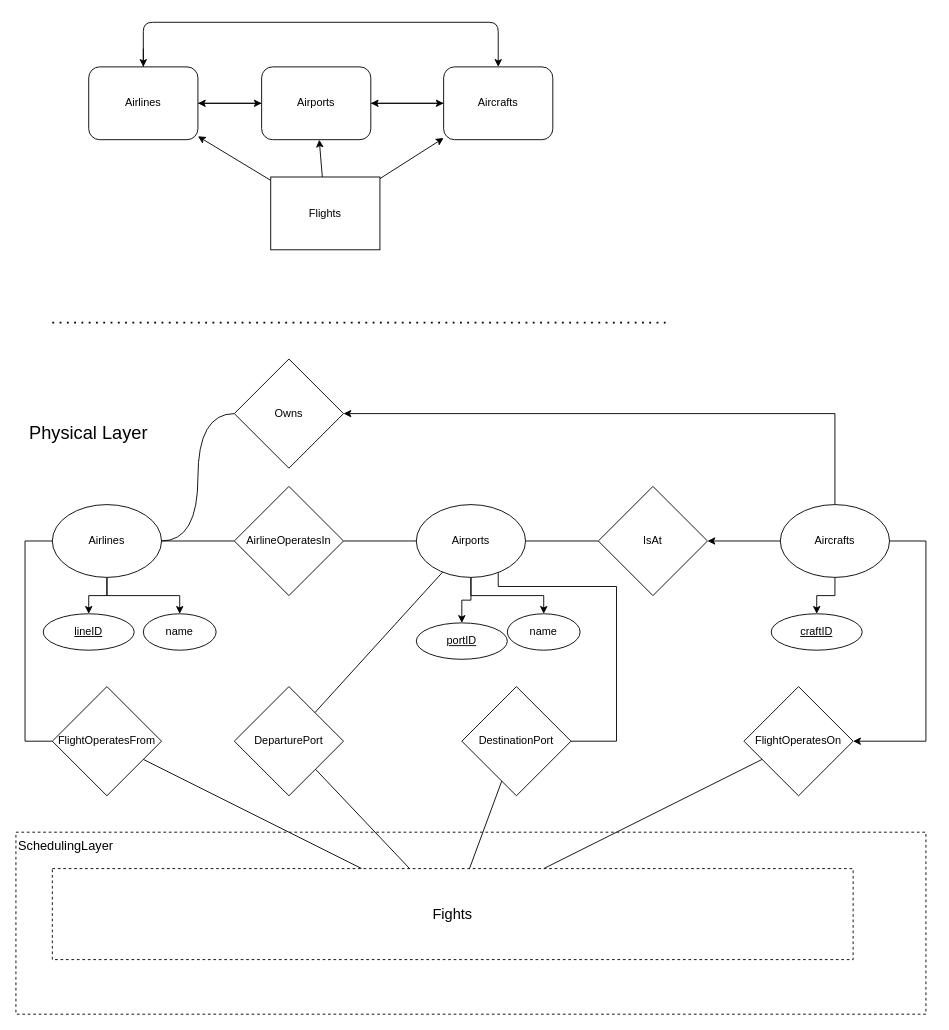
Earlier version of the draw.io diagram page "PhysicalLayer" (3 of 7) of ERDiagram.drawio (kyle4036/DatabaseManagement2026Project1). Source tidied: cells renumbered, new cells numbered last; positions are measured from the earlier drawing's top-left corner, leaving out a move shared by most shapes. Both pictures are drawn from the tidied source at 91%, with x=0, y=0 at pixel (15, 22).
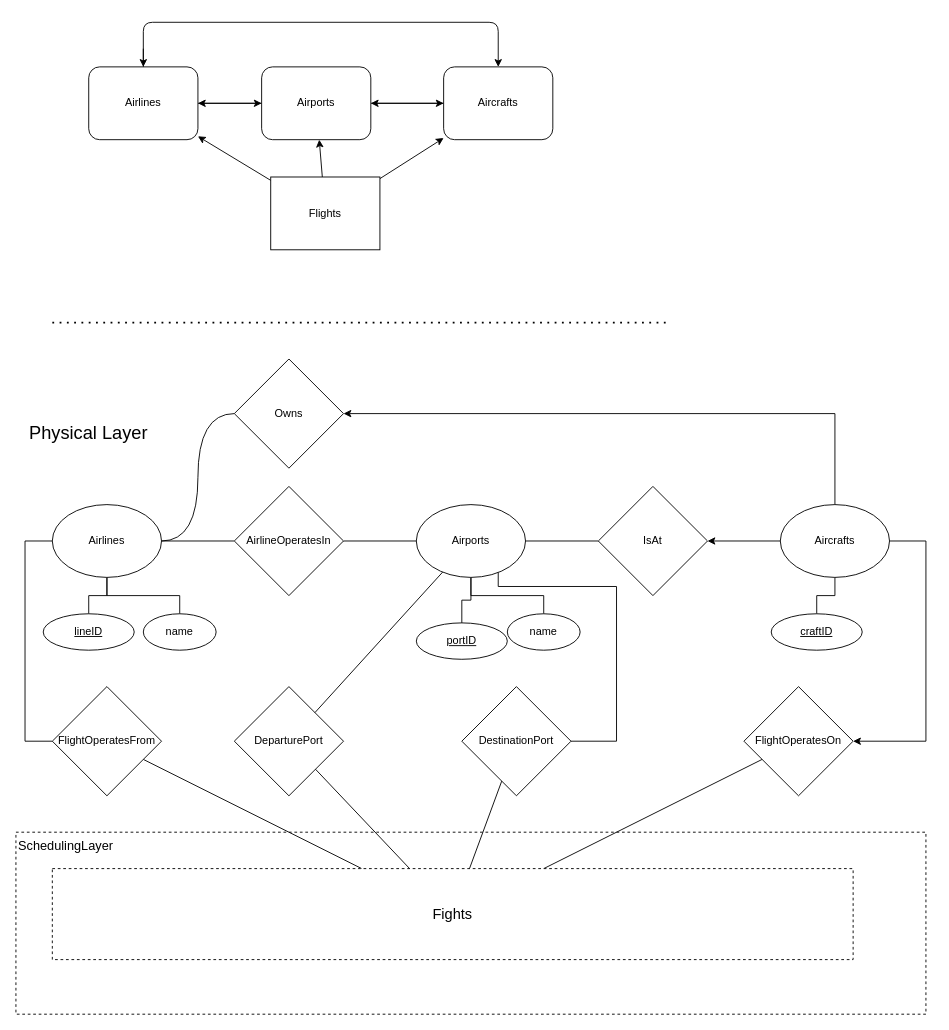
After the change.

Unchanged cells that the change refers to:
```xml
<mxCell id="17" value="Airlines" style="ellipse;whiteSpace=wrap;html=1;" parent="1" vertex="1">
  <mxGeometry x="40" y="530" width="120" height="80" as="geometry" />
</mxCell>
<mxCell id="21" value="Airports" style="ellipse;whiteSpace=wrap;html=1;" parent="1" vertex="1">
  <mxGeometry x="440" y="530" width="120" height="80" as="geometry" />
</mxCell>
<mxCell id="26" value="Aircrafts" style="ellipse;whiteSpace=wrap;html=1;" parent="1" vertex="1">
  <mxGeometry x="840" y="530" width="120" height="80" as="geometry" />
</mxCell>
<mxCell id="28" value="name" style="ellipse;whiteSpace=wrap;html=1;" parent="1" vertex="1">
  <mxGeometry x="140" y="650" width="80" height="40" as="geometry" />
</mxCell>
<mxCell id="29" value="name" style="ellipse;whiteSpace=wrap;html=1;" parent="1" vertex="1">
  <mxGeometry x="540" y="650" width="80" height="40" as="geometry" />
</mxCell>
<mxCell id="51" value="lineID" style="ellipse;whiteSpace=wrap;html=1;align=center;fontStyle=4;" parent="1" vertex="1">
  <mxGeometry x="30" y="650" width="100" height="40" as="geometry" />
</mxCell>
<mxCell id="52" value="portID" style="ellipse;whiteSpace=wrap;html=1;align=center;fontStyle=4;" parent="1" vertex="1">
  <mxGeometry x="440" y="660" width="100" height="40" as="geometry" />
</mxCell>
<mxCell id="53" value="craftID" style="ellipse;whiteSpace=wrap;html=1;align=center;fontStyle=4;" parent="1" vertex="1">
  <mxGeometry x="830" y="650" width="100" height="40" as="geometry" />
</mxCell>
```

Change to the diagram source:
```diff
@@
-    <mxCell id="12" style="edgeStyle=orthogonalEdgeStyle;rounded=0;jettySize=auto;html=1;" parent="1" edge="1" source="17" target="51">
+    <mxCell id="12" style="edgeStyle=orthogonalEdgeStyle;rounded=0;jettySize=auto;html=1;endArrow=none;endFill=0;" parent="1" edge="1" source="17" target="51">
       <mxGeometry relative="1" as="geometry" />
     </mxCell>
-    <mxCell id="13" style="edgeStyle=orthogonalEdgeStyle;rounded=0;jettySize=auto;html=1;" parent="1" edge="1" source="17" target="28">
+    <mxCell id="13" style="edgeStyle=orthogonalEdgeStyle;rounded=0;jettySize=auto;html=1;endArrow=none;endFill=0;" parent="1" edge="1" source="17" target="28">
       <mxGeometry relative="1" as="geometry" />
     </mxCell>
@@
-    <mxCell id="18" style="edgeStyle=orthogonalEdgeStyle;rounded=0;jettySize=auto;html=1;" parent="1" edge="1" source="21" target="52">
+    <mxCell id="18" style="edgeStyle=orthogonalEdgeStyle;rounded=0;jettySize=auto;html=1;endArrow=none;endFill=0;" parent="1" edge="1" source="21" target="52">
       <mxGeometry relative="1" as="geometry" />
     </mxCell>
-    <mxCell id="19" style="edgeStyle=orthogonalEdgeStyle;rounded=0;jettySize=auto;html=1;" parent="1" edge="1" source="21" target="29">
+    <mxCell id="19" style="edgeStyle=orthogonalEdgeStyle;rounded=0;jettySize=auto;html=1;endArrow=none;endFill=0;" parent="1" edge="1" source="21" target="29">
       <mxGeometry relative="1" as="geometry" />
     </mxCell>
@@
-    <mxCell id="22" style="edgeStyle=orthogonalEdgeStyle;rounded=0;jettySize=auto;html=1;" parent="1" edge="1" source="26" target="53">
+    <mxCell id="22" style="edgeStyle=orthogonalEdgeStyle;rounded=0;jettySize=auto;html=1;endArrow=none;endFill=0;" parent="1" edge="1" source="26" target="53">
       <mxGeometry relative="1" as="geometry" />
     </mxCell>
```
